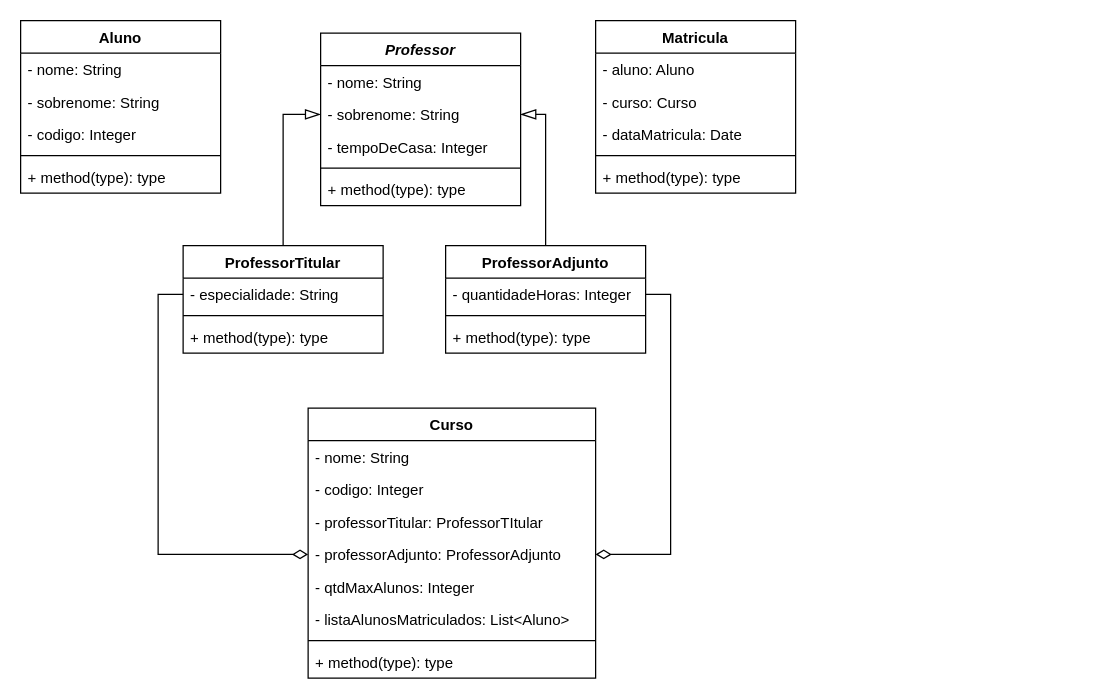
Earlier version of the draw.io diagram DesafioPOO-UML.drawio (diogenesistemas/DesafioPOO). Source tidied: cells renumbered, new cells numbered last; positions are measured from the earlier drawing's top-left corner, leaving out a move shared by most shapes. Both pictures are drawn from the tidied source at 125%, with x=0, y=0 at pixel (20, 20).
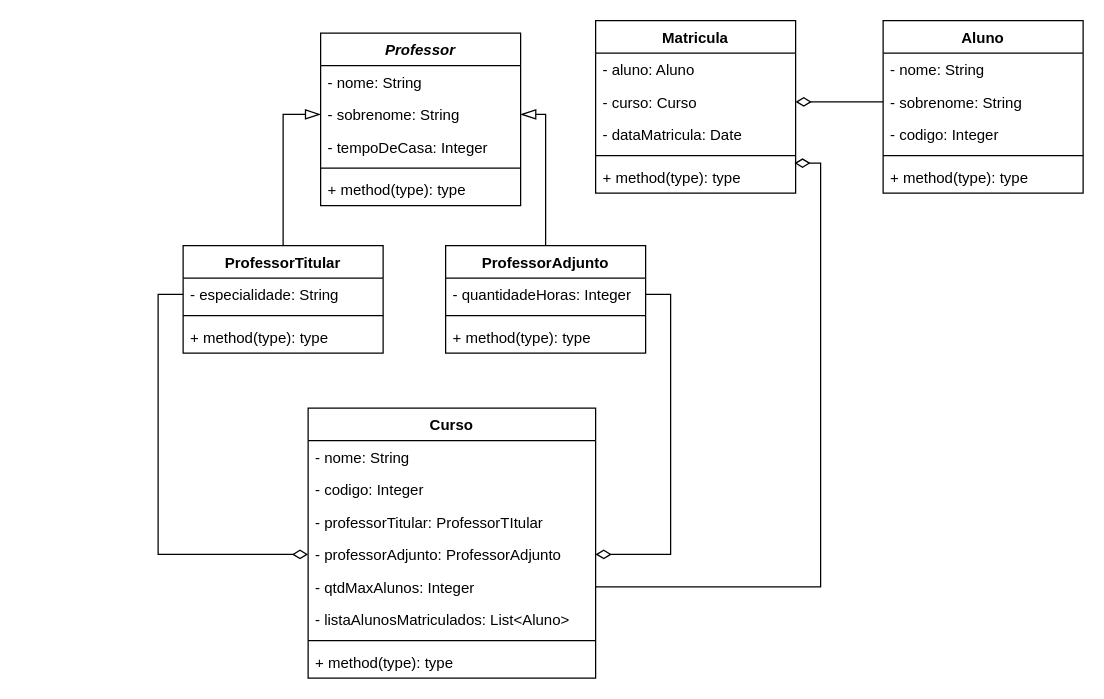
After the change.

Commit message:
Atualizando UML - Relacionamento Matricula->Curso

Unchanged cells that the change refers to:
```xml
<mxCell id="4" value="- sobrenome: String" style="text;strokeColor=none;fillColor=none;align=left;verticalAlign=top;spacingLeft=4;spacingRight=4;overflow=hidden;points=[[0,0.5],[1,0.5]];portConstraint=eastwest;" parent="2" vertex="1">
  <mxGeometry y="52" width="160" height="26" as="geometry" />
</mxCell>
<mxCell id="13" value="- qtdMaxAlunos: Integer" style="text;strokeColor=none;fillColor=none;align=left;verticalAlign=top;spacingLeft=4;spacingRight=4;overflow=hidden;points=[[0,0.5],[1,0.5]];portConstraint=eastwest;" parent="8" vertex="1">
  <mxGeometry y="130" width="230" height="26" as="geometry" />
</mxCell>
<mxCell id="35" value="- curso: Curso" style="text;strokeColor=none;fillColor=none;align=left;verticalAlign=top;spacingLeft=4;spacingRight=4;overflow=hidden;points=[[0,0.5],[1,0.5]];portConstraint=eastwest;" parent="33" vertex="1">
  <mxGeometry y="52" width="160" height="26" as="geometry" />
</mxCell>
<mxCell id="38" value="+ method(type): type" style="text;strokeColor=none;fillColor=none;align=left;verticalAlign=top;spacingLeft=4;spacingRight=4;overflow=hidden;points=[[0,0.5],[1,0.5]];portConstraint=eastwest;" parent="33" vertex="1">
  <mxGeometry y="112" width="160" height="26" as="geometry" />
</mxCell>
```

The edit, as a diff of the source:
```diff
@@
     <mxCell id="2" value="Aluno" style="swimlane;fontStyle=1;align=center;verticalAlign=top;horizontal=1;startSize=26;" parent="1" vertex="1">
-      <mxGeometry width="160" height="138" as="geometry" />
+      <mxGeometry x="690" width="160" height="138" as="geometry" />
     </mxCell>
@@
+    <mxCell id="41" style="edgeStyle=orthogonalEdgeStyle;rounded=0;jumpSize=6;jettySize=auto;html=1;exitX=0;exitY=0.5;exitDx=0;exitDy=0;entryX=1;entryY=0.5;entryDx=0;entryDy=0;endArrow=diamondThin;endFill=0;endSize=10;strokeWidth=1;" parent="1" edge="1" source="4" target="35">
+      <mxGeometry relative="1" as="geometry" />
+    </mxCell>
+    <mxCell id="42" style="edgeStyle=orthogonalEdgeStyle;rounded=0;jumpSize=6;jettySize=auto;html=1;exitX=1;exitY=0.5;exitDx=0;exitDy=0;entryX=0.994;entryY=0.077;entryDx=0;entryDy=0;entryPerimeter=0;endArrow=diamondThin;endFill=0;endSize=10;strokeWidth=1;" parent="1" edge="1" source="13" target="38">
+      <mxGeometry relative="1" as="geometry" />
+    </mxCell>
```
